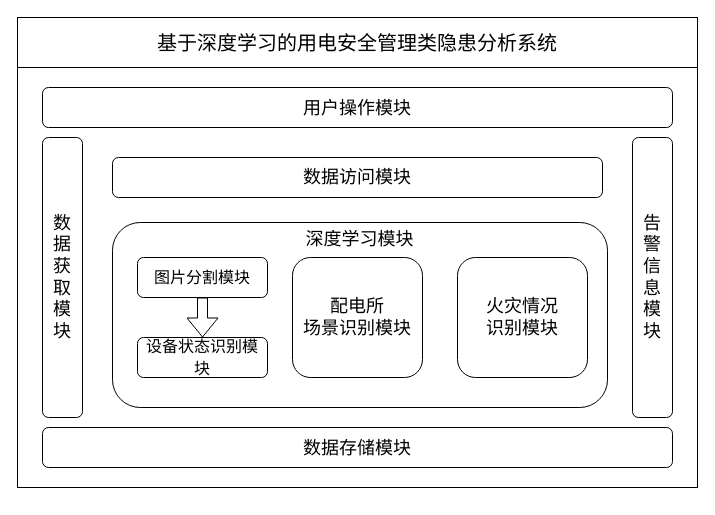
Above: Draw.io/本科毕业设计/系统总体设计架构.drawio in Arete-FFF/PicGo (draw.io), before the change. Source tidied: cells renumbered, new cells numbered last; positions are measured from the earlier drawing's top-left corner, leaving out a move shared by most shapes. Both pictures are drawn from the tidied source at 100%, with x=0, y=0 at pixel (17, 17).
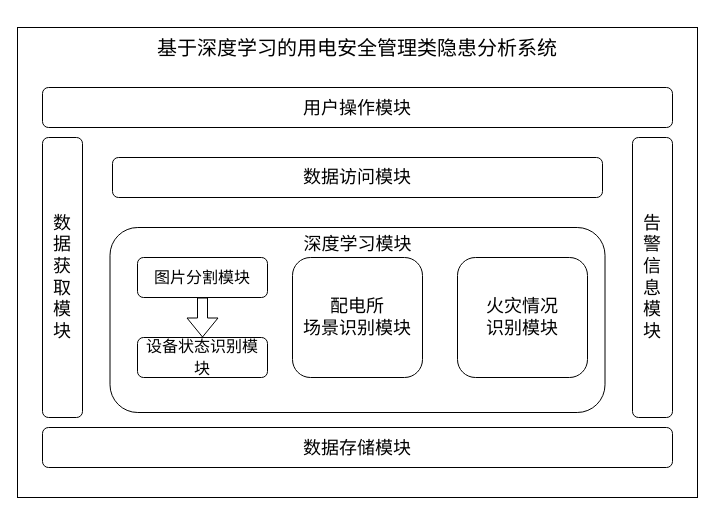
After the change.

Commit message:
更新系统总体设计架构.drawio

What changed in the source:
```diff
@@
 <mxGraphModel>
   <root>
     <mxCell id="0" />
     <mxCell id="1" parent="0" />
     <mxCell id="2" style="rounded=0;whiteSpace=wrap;html=1;glass=0;shadow=0;perimeterSpacing=0;" parent="1" vertex="1">
-      <mxGeometry width="680" height="470" as="geometry" />
+      <mxGeometry y="10" width="680" height="470" as="geometry" />
     </mxCell>
-    <mxCell id="3" value="&lt;font style=&quot;font-size: 20px;&quot;&gt;基于深度学习的用电安全管理类隐患分析系统&lt;/font&gt;" style="rounded=0;whiteSpace=wrap;html=1;shadow=0;glass=0;strokeColor=default;fontFamily=宋体;fontSize=12;fontColor=default;fillColor=default;strokeWidth=1;" parent="1" vertex="1">
-      <mxGeometry width="680" height="50" as="geometry" />
+    <mxCell id="3" value="&lt;font style=&quot;font-size: 20px;&quot;&gt;基于深度学习的用电安全管理类隐患分析系统&lt;/font&gt;" style="rounded=0;whiteSpace=wrap;html=1;shadow=0;glass=0;strokeColor=default;fontFamily=宋体;fontSize=12;fontColor=default;fillColor=default;strokeWidth=0;opacity=0;" parent="1" vertex="1">
+      <mxGeometry y="10" width="680" height="40" as="geometry" />
     </mxCell>
     <mxCell id="4" value="&lt;font style=&quot;font-size: 18px;&quot;&gt;用户操作模块&lt;/font&gt;" style="rounded=1;whiteSpace=wrap;html=1;shadow=0;glass=0;strokeColor=default;fontFamily=宋体;fontSize=20;fontColor=default;fillColor=default;" parent="1" vertex="1">
       <mxGeometry x="25" y="70" width="630" height="40" as="geometry" />
     </mxCell>
     <mxCell id="5" value="数&lt;br&gt;据&lt;br&gt;获&lt;br&gt;取&lt;br&gt;模&lt;br&gt;块" style="rounded=1;whiteSpace=wrap;html=1;fillStyle=auto;gradientColor=none;align=center;shadow=0;glass=0;strokeColor=default;fontFamily=宋体;fontSize=18;fontColor=default;horizontal=1;" parent="1" vertex="1">
       <mxGeometry x="25" y="120" width="40" height="280" as="geometry" />
     </mxCell>
     <mxCell id="6" value="&lt;font style=&quot;font-size: 18px;&quot;&gt;数据存储模块&lt;/font&gt;" style="rounded=1;whiteSpace=wrap;html=1;shadow=0;glass=0;strokeColor=default;fontFamily=宋体;fontSize=20;fontColor=default;fillColor=default;" parent="1" vertex="1">
       <mxGeometry x="25" y="410" width="630" height="40" as="geometry" />
     </mxCell>
     <mxCell id="7" value="数据访问模块" style="rounded=1;whiteSpace=wrap;html=1;shadow=0;glass=0;strokeColor=default;fontFamily=宋体;fontSize=18;fontColor=default;fillColor=default;" parent="1" vertex="1">
       <mxGeometry x="95" y="140" width="490" height="40" as="geometry" />
     </mxCell>
     <mxCell id="8" value="告&lt;br&gt;警&lt;br&gt;信&lt;br&gt;息&lt;br&gt;模&lt;br&gt;块" style="rounded=1;whiteSpace=wrap;html=1;fillStyle=auto;gradientColor=none;align=center;shadow=0;glass=0;strokeColor=default;fontFamily=宋体;fontSize=18;fontColor=default;horizontal=1;" parent="1" vertex="1">
       <mxGeometry x="615" y="120" width="40" height="280" as="geometry" />
     </mxCell>
     <mxCell id="9" value="深度学习模块" style="rounded=1;whiteSpace=wrap;html=1;shadow=0;glass=0;strokeColor=default;fontFamily=宋体;fontSize=18;fontColor=default;fillColor=default;verticalAlign=top;" parent="1" vertex="1">
-      <mxGeometry x="95" y="205" width="495" height="185" as="geometry" />
+      <mxGeometry x="92.5" y="210" width="495" height="185" as="geometry" />
     </mxCell>
     <mxCell id="10" value="&lt;font style=&quot;font-size: 16px;&quot;&gt;图片分割模块&lt;/font&gt;" style="rounded=1;whiteSpace=wrap;html=1;shadow=0;glass=0;strokeColor=default;fontFamily=宋体;fontSize=18;fontColor=default;fillColor=default;" parent="1" vertex="1">
       <mxGeometry x="120" y="240" width="130" height="40" as="geometry" />
     </mxCell>
     <mxCell id="11" value="&lt;font style=&quot;font-size: 16px;&quot;&gt;&lt;font style=&quot;font-size: 16px;&quot;&gt;设备状态&lt;/font&gt;识别模块&lt;/font&gt;" style="rounded=1;whiteSpace=wrap;html=1;shadow=0;glass=0;strokeColor=default;fontFamily=宋体;fontSize=18;fontColor=default;fillColor=default;" parent="1" vertex="1">
       <mxGeometry x="120" y="320" width="130" height="40" as="geometry" />
     </mxCell>
     <mxCell id="12" value="配电所&lt;br&gt;场景识别模块" style="rounded=1;whiteSpace=wrap;html=1;shadow=0;glass=0;strokeColor=default;fontFamily=宋体;fontSize=18;fontColor=default;fillColor=default;" parent="1" vertex="1">
       <mxGeometry x="275" y="240" width="130" height="120" as="geometry" />
     </mxCell>
     <mxCell id="13" value="火灾情况&lt;br&gt;识别模块" style="rounded=1;whiteSpace=wrap;html=1;shadow=0;glass=0;strokeColor=default;fontFamily=宋体;fontSize=18;fontColor=default;fillColor=default;" parent="1" vertex="1">
       <mxGeometry x="440" y="240" width="130" height="120" as="geometry" />
     </mxCell>
     <mxCell id="14" style="shape=flexArrow;endArrow=classic;html=1;rounded=0;fontFamily=宋体;fontSize=16;fontColor=default;entryX=0.5;entryY=0;entryDx=0;entryDy=0;exitX=0.5;exitY=1;exitDx=0;exitDy=0;" parent="1" edge="1" source="10" target="11">
       <mxGeometry relative="1" as="geometry" />
     </mxCell>
   </root>
 </mxGraphModel>
```
